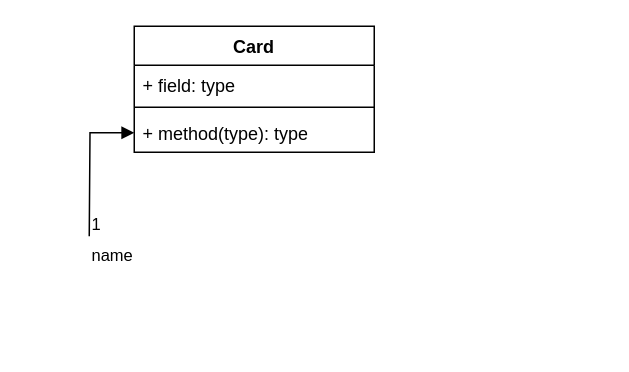
jonelrelucio/ing-sw-2023-relucio-samr-sas-petruzzelli keeps this draw.io diagram as Diagramma senza titolo.drawio. Above is the earlier version. Source tidied: cells renumbered, new cells numbered last; positions are measured from the earlier drawing's top-left corner, leaving out a move shared by most shapes. Both pictures are drawn from the tidied source at 150%, with x=0, y=0 at pixel (88, 26).
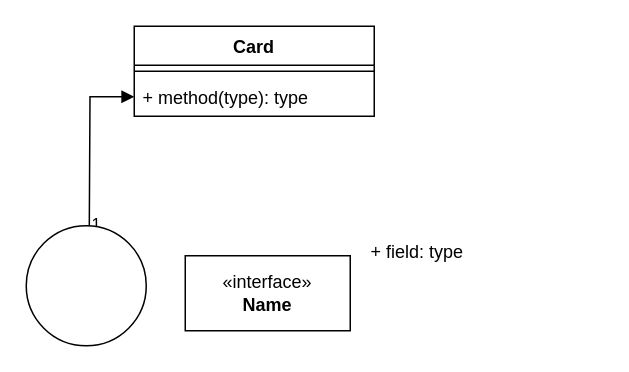
Above is the later version.

The edit, as a diff of the source:
```diff
@@
 <mxGraphModel>
   <root>
     <mxCell id="0" />
     <mxCell id="1" parent="0" />
     <mxCell id="2" value="Card" style="swimlane;fontStyle=1;align=center;verticalAlign=top;horizontal=1;startSize=26;whiteSpace=wrap;html=1;" parent="1" vertex="1">
-      <mxGeometry x="30" width="160" height="84" as="geometry" />
+      <mxGeometry x="30" width="160" height="60" as="geometry" />
     </mxCell>
-    <mxCell id="3" value="+ field: type" style="text;strokeColor=none;fillColor=none;align=left;verticalAlign=top;spacingLeft=4;spacingRight=4;overflow=hidden;whiteSpace=wrap;html=1;" parent="2" vertex="1">
-      <mxGeometry y="26" width="160" height="24" as="geometry" />
-    </mxCell>
     <mxCell id="4" style="line;strokeWidth=1;fillColor=none;align=left;verticalAlign=middle;spacingTop=-1;spacingLeft=3;spacingRight=3;labelPosition=right;strokeColor=inherit;" parent="2" vertex="1">
-      <mxGeometry y="50" width="160" height="8" as="geometry" />
+      <mxGeometry y="26" width="160" height="8" as="geometry" />
     </mxCell>
     <mxCell id="5" value="+ method(type): type" style="text;strokeColor=none;fillColor=none;align=left;verticalAlign=top;spacingLeft=4;spacingRight=4;overflow=hidden;points=[[0,0.5],[1,0.5]];portConstraint=eastwest;whiteSpace=wrap;html=1;" parent="2" vertex="1">
-      <mxGeometry y="58" width="160" height="26" as="geometry" />
+      <mxGeometry y="34" width="160" height="26" as="geometry" />
     </mxCell>
     <mxCell id="6" value="name" style="endArrow=block;endFill=1;html=1;edgeStyle=orthogonalEdgeStyle;align=left;verticalAlign=top;rounded=0;" parent="1" edge="1" target="5">
       <mxGeometry x="-1" relative="1" as="geometry">
         <mxPoint y="140" as="sourcePoint" />
       </mxGeometry>
     </mxCell>
     <mxCell id="7" value="1" style="edgeLabel;html=1;align=left;verticalAlign=bottom;" parent="6" vertex="1">
       <mxGeometry x="-1" relative="1" as="geometry" />
     </mxCell>
+    <mxCell id="8" value="&amp;laquo;interface&amp;raquo;&lt;br&gt;&lt;b&gt;Name&lt;/b&gt;" style="html=1;whiteSpace=wrap;" parent="1" vertex="1">
+      <mxGeometry x="64" y="153" width="110" height="50" as="geometry" />
+    </mxCell>
+    <mxCell id="3" value="+ field: type" style="text;strokeColor=none;fillColor=none;align=left;verticalAlign=top;spacingLeft=4;spacingRight=4;overflow=hidden;whiteSpace=wrap;html=1;" parent="1" vertex="1">
+      <mxGeometry x="182" y="137" width="160" height="24" as="geometry" />
+    </mxCell>
+    <mxCell id="9" style="ellipse;whiteSpace=wrap;html=1;" parent="1" vertex="1">
+      <mxGeometry x="-42" y="133" width="80" height="80" as="geometry" />
+    </mxCell>
   </root>
 </mxGraphModel>
```
